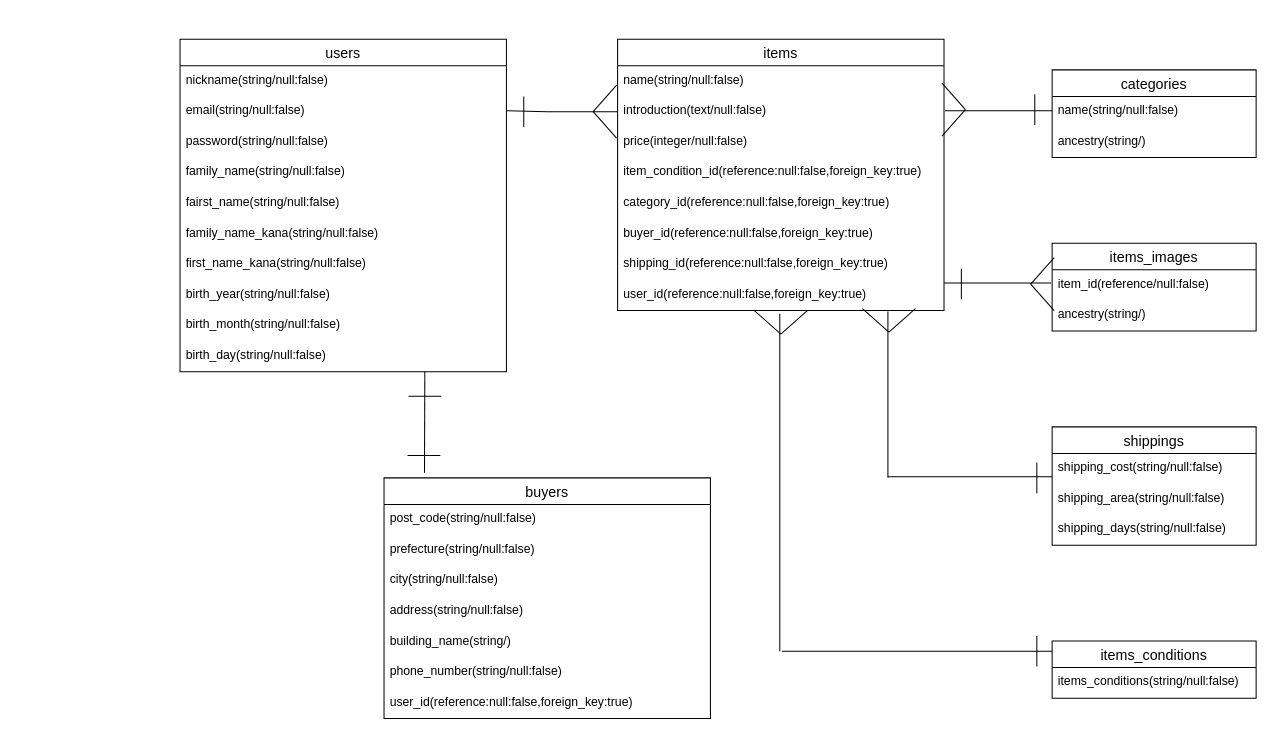
koutaki/furima-38950 keeps this draw.io diagram as test.dio. Above is the earlier version. Source tidied: cells renumbered, new cells numbered last; positions are measured from the earlier drawing's top-left corner, leaving out a move shared by most shapes. Both pictures are drawn from the tidied source at 102%, with x=0, y=0 at pixel (180, 39).
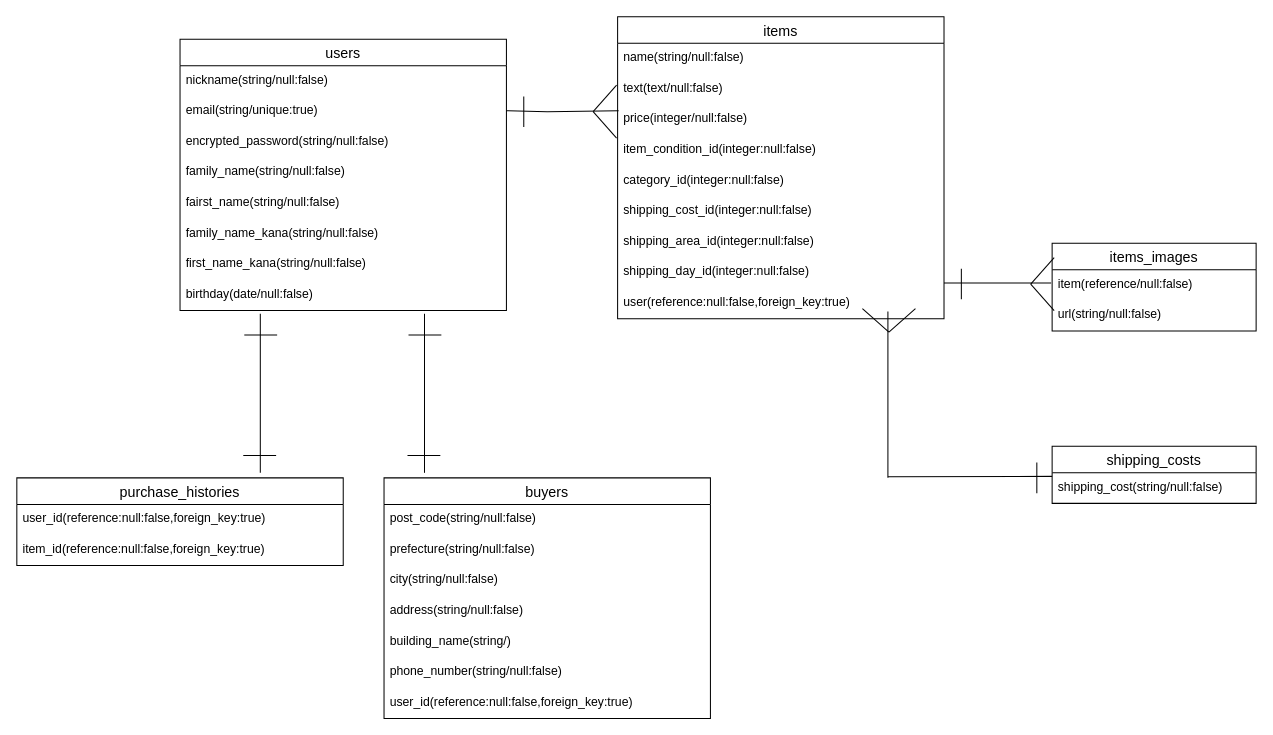
The same page after the edit.

Commit message (it also covers changes not shown here):
データベース設計（修正2回目）

Unchanged cells that the change refers to:
```xml
<mxCell id="22" value="buyers" style="swimlane;fontStyle=0;horizontal=1;startSize=26;align=center;fontSize=14;swimlaneFillColor=default;" parent="1" vertex="1">
  <mxGeometry x="200" y="430" width="320" height="236" as="geometry" />
</mxCell>
<mxCell id="46" value="items_images" style="swimlane;fontStyle=0;horizontal=1;startSize=26;align=center;fontSize=14;swimlaneFillColor=default;" parent="1" vertex="1">
  <mxGeometry x="855" y="200" width="200" height="86" as="geometry" />
</mxCell>
<mxCell id="50" value="shipping_cost(string/null:false)" style="text;strokeColor=none;fillColor=none;spacingLeft=4;spacingRight=4;overflow=hidden;points=[[0,0.5],[1,0.5]];portConstraint=eastwest;fontSize=12;" parent="49" vertex="1">
  <mxGeometry y="26" width="200" height="30" as="geometry" />
</mxCell>
```

Change to the diagram source:
```diff
@@
     <mxCell id="2" value="items" style="swimlane;fontStyle=0;horizontal=1;startSize=26;align=center;fontSize=14;swimlaneFillColor=default;" parent="1" vertex="1">
-      <mxGeometry x="429" width="320" height="266" as="geometry" />
+      <mxGeometry x="429" y="-22" width="320" height="296" as="geometry" />
     </mxCell>
@@
-    <mxCell id="4" value="introduction(text/null:false)" style="text;strokeColor=none;fillColor=none;spacingLeft=4;spacingRight=4;overflow=hidden;points=[[0,0.5],[1,0.5]];portConstraint=eastwest;fontSize=12;" parent="2" vertex="1">
+    <mxCell id="4" value="text(text/null:false)" style="text;strokeColor=none;fillColor=none;spacingLeft=4;spacingRight=4;overflow=hidden;points=[[0,0.5],[1,0.5]];portConstraint=eastwest;fontSize=12;" parent="2" vertex="1">
       <mxGeometry y="56" width="320" height="30" as="geometry" />
     </mxCell>
@@
-    <mxCell id="6" value="item_condition_id(reference:null:false,foreign_key:true)" style="text;strokeColor=none;fillColor=none;spacingLeft=4;spacingRight=4;overflow=hidden;fontSize=12;" parent="2" vertex="1">
+    <mxCell id="6" value="item_condition_id(integer:null:false)" style="text;strokeColor=none;fillColor=none;spacingLeft=4;spacingRight=4;overflow=hidden;fontSize=12;" parent="2" vertex="1">
       <mxGeometry y="116" width="320" height="30" as="geometry" />
     </mxCell>
-    <mxCell id="7" value="category_id(reference:null:false,foreign_key:true)" style="text;strokeColor=none;fillColor=none;spacingLeft=4;spacingRight=4;overflow=hidden;fontSize=12;" parent="2" vertex="1">
+    <mxCell id="7" value="category_id(integer:null:false)" style="text;strokeColor=none;fillColor=none;spacingLeft=4;spacingRight=4;overflow=hidden;fontSize=12;" parent="2" vertex="1">
       <mxGeometry y="146" width="320" height="30" as="geometry" />
     </mxCell>
-    <mxCell id="8" value="buyer_id(reference:null:false,foreign_key:true)" style="text;strokeColor=none;fillColor=none;spacingLeft=4;spacingRight=4;overflow=hidden;fontSize=12;" parent="2" vertex="1">
+    <mxCell id="8" value="shipping_cost_id(integer:null:false)" style="text;strokeColor=none;fillColor=none;spacingLeft=4;spacingRight=4;overflow=hidden;fontSize=12;" parent="2" vertex="1">
       <mxGeometry y="176" width="320" height="30" as="geometry" />
     </mxCell>
-    <mxCell id="9" value="shipping_id(reference:null:false,foreign_key:true)" style="text;strokeColor=none;fillColor=none;spacingLeft=4;spacingRight=4;overflow=hidden;fontSize=12;" parent="2" vertex="1">
+    <mxCell id="9" value="shipping_area_id(integer:null:false)" style="text;strokeColor=none;fillColor=none;spacingLeft=4;spacingRight=4;overflow=hidden;fontSize=12;" parent="2" vertex="1">
       <mxGeometry y="206" width="320" height="30" as="geometry" />
     </mxCell>
-    <mxCell id="10" value="user_id(reference:null:false,foreign_key:true)" style="text;strokeColor=none;fillColor=none;spacingLeft=4;spacingRight=4;overflow=hidden;fontSize=12;" parent="2" vertex="1">
+    <mxCell id="10" value="shipping_day_id(integer:null:false)" style="text;strokeColor=none;fillColor=none;spacingLeft=4;spacingRight=4;overflow=hidden;fontSize=12;" parent="2" vertex="1">
       <mxGeometry y="236" width="320" height="30" as="geometry" />
     </mxCell>
+    <mxCell id="67" value="user(reference:null:false,foreign_key:true)" style="text;strokeColor=none;fillColor=none;spacingLeft=4;spacingRight=4;overflow=hidden;fontSize=12;" parent="2" vertex="1">
+      <mxGeometry y="266" width="320" height="30" as="geometry" />
+    </mxCell>
     <mxCell id="11" value="users" style="swimlane;fontStyle=0;horizontal=1;startSize=26;align=center;fontSize=14;labelBackgroundColor=none;swimlaneFillColor=default;" parent="1" vertex="1">
-      <mxGeometry width="320" height="326" as="geometry" />
+      <mxGeometry width="320" height="266" as="geometry" />
     </mxCell>
@@
-    <mxCell id="13" value="email(string/null:false)" style="text;strokeColor=none;fillColor=none;spacingLeft=4;spacingRight=4;overflow=hidden;fontSize=12;" parent="11" vertex="1">
+    <mxCell id="13" value="email(string/unique:true)" style="text;strokeColor=none;fillColor=none;spacingLeft=4;spacingRight=4;overflow=hidden;fontSize=12;" parent="11" vertex="1">
       <mxGeometry y="56" width="320" height="30" as="geometry" />
     </mxCell>
-    <mxCell id="14" value="password(string/null:false)" style="text;strokeColor=none;fillColor=none;spacingLeft=4;spacingRight=4;overflow=hidden;fontSize=12;" parent="11" vertex="1">
+    <mxCell id="14" value="encrypted_password(string/null:false)" style="text;strokeColor=none;fillColor=none;spacingLeft=4;spacingRight=4;overflow=hidden;fontSize=12;" parent="11" vertex="1">
       <mxGeometry y="86" width="320" height="30" as="geometry" />
     </mxCell>
@@
-    <mxCell id="19" value="birth_year(string/null:false)" style="text;strokeColor=none;fillColor=none;spacingLeft=4;spacingRight=4;overflow=hidden;fontSize=12;" parent="11" vertex="1">
-      <mxGeometry y="236" width="320" height="30" as="geometry" />
-    </mxCell>
-    <mxCell id="20" value="birth_month(string/null:false)" style="text;strokeColor=none;fillColor=none;spacingLeft=4;spacingRight=4;overflow=hidden;fontSize=12;" parent="11" vertex="1">
-      <mxGeometry y="266" width="320" height="30" as="geometry" />
-    </mxCell>
-    <mxCell id="21" value="birth_day(string/null:false)" style="text;strokeColor=none;fillColor=none;spacingLeft=4;spacingRight=4;overflow=hidden;points=[[0,0.5],[1,0.5]];portConstraint=eastwest;fontSize=12;" parent="11" vertex="1">
-      <mxGeometry y="296" width="320" height="30" as="geometry" />
+    <mxCell id="21" value="birthday(date/null:false)" style="text;strokeColor=none;fillColor=none;spacingLeft=4;spacingRight=4;overflow=hidden;points=[[0,0.5],[1,0.5]];portConstraint=eastwest;fontSize=12;" parent="11" vertex="1">
+      <mxGeometry y="236" width="320" height="30" as="geometry" />
     </mxCell>
@@
-    <mxCell id="33" style="endArrow=none;html=1;rounded=0;exitX=0.025;exitY=0.767;exitDx=0;exitDy=0;exitPerimeter=0;strokeColor=#000000;" parent="1" edge="1" source="50">
+    <mxCell id="33" style="endArrow=none;html=1;rounded=0;exitX=0.009;exitY=0.118;exitDx=0;exitDy=0;exitPerimeter=0;strokeColor=#000000;" parent="1" edge="1" source="50">
       <mxGeometry relative="1" as="geometry">
         <mxPoint x="694" y="429" as="targetPoint" />
       </mxGeometry>
     </mxCell>
@@
-    <mxCell id="35" style="endArrow=none;html=1;rounded=0;strokeColor=#000000;" parent="1" edge="1">
-      <mxGeometry relative="1" as="geometry">
-        <mxPoint x="588" y="600" as="sourcePoint" />
-        <mxPoint x="588" y="269" as="targetPoint" />
-      </mxGeometry>
-    </mxCell>
-    <mxCell id="36" style="endArrow=none;html=1;rounded=0;strokeColor=#000000;" parent="1" edge="1">
-      <mxGeometry relative="1" as="geometry">
-        <mxPoint x="563" y="266" as="sourcePoint" />
-        <mxPoint x="589" y="289" as="targetPoint" />
-      </mxGeometry>
-    </mxCell>
-    <mxCell id="37" style="endArrow=none;html=1;rounded=0;strokeColor=#000000;" parent="1" edge="1">
-      <mxGeometry relative="1" as="geometry">
-        <mxPoint x="589" y="289" as="sourcePoint" />
-        <mxPoint x="615" y="266" as="targetPoint" />
-      </mxGeometry>
-    </mxCell>
-    <mxCell id="38" style="endArrow=none;html=1;rounded=0;strokeColor=#000000;" parent="1" edge="1">
-      <mxGeometry relative="1" as="geometry">
-        <mxPoint x="860" y="600" as="sourcePoint" />
-        <mxPoint x="590" y="600" as="targetPoint" />
-      </mxGeometry>
-    </mxCell>
-    <mxCell id="39" style="endArrow=none;html=1;rounded=0;strokeColor=#000000;" parent="1" edge="1">
-      <mxGeometry relative="1" as="geometry">
-        <mxPoint x="840" y="585" as="sourcePoint" />
-        <mxPoint x="840" y="615" as="targetPoint" />
-      </mxGeometry>
-    </mxCell>
-    <mxCell id="40" style="endArrow=none;html=1;rounded=0;exitX=0.124;exitY=-0.021;exitDx=0;exitDy=0;exitPerimeter=0;strokeColor=#000000;" parent="1" edge="1" source="22">
-      <mxGeometry relative="1" as="geometry">
-        <mxPoint x="240" y="326" as="targetPoint" />
-      </mxGeometry>
+    <mxCell id="40" style="endArrow=none;html=1;rounded=0;exitX=0.124;exitY=-0.021;exitDx=0;exitDy=0;exitPerimeter=0;strokeColor=#000000;entryX=0.749;entryY=1.104;entryDx=0;entryDy=0;entryPerimeter=0;" parent="1" edge="1" source="22" target="21">
+      <mxGeometry relative="1" as="geometry" />
     </mxCell>
     <mxCell id="41" style="endArrow=none;html=1;rounded=0;strokeColor=#000000;" parent="1" edge="1">
       <mxGeometry relative="1" as="geometry">
-        <mxPoint x="256.2" y="350" as="sourcePoint" />
-        <mxPoint x="224" y="350" as="targetPoint" />
+        <mxPoint x="256.2" y="290" as="sourcePoint" />
+        <mxPoint x="224" y="290" as="targetPoint" />
       </mxGeometry>
     </mxCell>
@@
-    <mxCell id="43" value="categories" style="swimlane;fontStyle=0;horizontal=1;startSize=26;align=center;fontSize=14;swimlaneFillColor=default;" parent="1" vertex="1">
-      <mxGeometry x="855" y="30" width="200" height="86" as="geometry" />
-    </mxCell>
-    <mxCell id="44" value="name(string/null:false)" style="text;strokeColor=none;fillColor=none;spacingLeft=4;spacingRight=4;overflow=hidden;fontSize=12;" parent="43" vertex="1">
-      <mxGeometry y="26" width="200" height="30" as="geometry" />
-    </mxCell>
-    <mxCell id="45" value="ancestry(string/)" style="text;strokeColor=none;fillColor=none;spacingLeft=4;spacingRight=4;overflow=hidden;fontSize=12;" parent="43" vertex="1">
-      <mxGeometry y="56" width="200" height="30" as="geometry" />
-    </mxCell>
@@
-    <mxCell id="47" value="item_id(reference/null:false)" style="text;strokeColor=none;fillColor=none;spacingLeft=4;spacingRight=4;overflow=hidden;fontSize=12;" parent="46" vertex="1">
+    <mxCell id="47" value="item(reference/null:false)" style="text;strokeColor=none;fillColor=none;spacingLeft=4;spacingRight=4;overflow=hidden;fontSize=12;" parent="46" vertex="1">
       <mxGeometry y="26" width="200" height="30" as="geometry" />
     </mxCell>
-    <mxCell id="48" value="ancestry(string/)" style="text;strokeColor=none;fillColor=none;spacingLeft=4;spacingRight=4;overflow=hidden;fontSize=12;" parent="46" vertex="1">
+    <mxCell id="48" value="url(string/null:false)" style="text;strokeColor=none;fillColor=none;spacingLeft=4;spacingRight=4;overflow=hidden;fontSize=12;" parent="46" vertex="1">
       <mxGeometry y="56" width="200" height="30" as="geometry" />
     </mxCell>
-    <mxCell id="49" value="shippings" style="swimlane;fontStyle=0;horizontal=1;startSize=26;align=center;fontSize=14;swimlaneFillColor=default;" parent="1" vertex="1">
-      <mxGeometry x="855" y="380" width="200" height="116" as="geometry" />
+    <mxCell id="49" value="shipping_costs" style="swimlane;fontStyle=0;horizontal=1;startSize=26;align=center;fontSize=14;swimlaneFillColor=default;" parent="1" vertex="1">
+      <mxGeometry x="855" y="399" width="200" height="56" as="geometry" />
     </mxCell>
@@
-    <mxCell id="51" value="shipping_area(string/null:false)" style="text;strokeColor=none;fillColor=none;spacingLeft=4;spacingRight=4;overflow=hidden;fontSize=12;" parent="49" vertex="1">
-      <mxGeometry y="56" width="200" height="30" as="geometry" />
-    </mxCell>
-    <mxCell id="52" value="shipping_days(string/null:false)" style="text;strokeColor=none;fillColor=none;spacingLeft=4;spacingRight=4;overflow=hidden;fontSize=12;" parent="49" vertex="1">
-      <mxGeometry y="86" width="200" height="30" as="geometry" />
-    </mxCell>
-    <mxCell id="53" value="items_conditions" style="swimlane;fontStyle=0;horizontal=1;startSize=26;align=center;fontSize=14;swimlaneFillColor=default;" parent="1" vertex="1">
-      <mxGeometry x="855" y="590" width="200" height="56" as="geometry" />
-    </mxCell>
-    <mxCell id="54" value="items_conditions(string/null:false)" style="text;strokeColor=none;fillColor=none;spacingLeft=4;spacingRight=4;overflow=hidden;fontSize=12;" parent="53" vertex="1">
-      <mxGeometry y="26" width="200" height="30" as="geometry" />
-    </mxCell>
-    <mxCell id="55" style="endArrow=none;html=1;rounded=0;entryX=0;entryY=0.5;entryDx=0;entryDy=0;strokeColor=#000000;" parent="1" edge="1" target="4">
+    <mxCell id="55" style="endArrow=none;html=1;rounded=0;strokeColor=#000000;" parent="1" edge="1">
       <mxGeometry relative="1" as="geometry">
         <mxPoint x="320" y="70" as="sourcePoint" />
+        <mxPoint x="430" y="70" as="targetPoint" />
         <Array as="points">
           <mxPoint x="360" y="71" />
         </Array>
       </mxGeometry>
     </mxCell>
@@
-    <mxCell id="59" style="endArrow=none;html=1;rounded=0;strokeColor=#000000;" parent="1" edge="1">
-      <mxGeometry relative="1" as="geometry">
-        <mxPoint x="855" y="70" as="sourcePoint" />
-        <mxPoint x="750" y="70" as="targetPoint" />
-      </mxGeometry>
-    </mxCell>
-    <mxCell id="60" style="endArrow=none;html=1;rounded=0;strokeColor=#000000;" parent="1" edge="1">
-      <mxGeometry relative="1" as="geometry">
-        <mxPoint x="838" y="54" as="sourcePoint" />
-        <mxPoint x="838" y="84" as="targetPoint" />
-      </mxGeometry>
-    </mxCell>
-    <mxCell id="61" style="endArrow=none;html=1;rounded=0;strokeColor=#000000;" parent="1" edge="1">
-      <mxGeometry relative="1" as="geometry">
-        <mxPoint x="747" y="95" as="sourcePoint" />
-        <mxPoint x="770" y="69" as="targetPoint" />
-      </mxGeometry>
-    </mxCell>
-    <mxCell id="62" style="endArrow=none;html=1;rounded=0;strokeColor=#000000;" parent="1" edge="1">
-      <mxGeometry relative="1" as="geometry">
-        <mxPoint x="770" y="69" as="sourcePoint" />
-        <mxPoint x="747" y="43" as="targetPoint" />
-      </mxGeometry>
-    </mxCell>
@@
+    <mxCell id="68" value="purchase_histories" style="swimlane;fontStyle=0;horizontal=1;startSize=26;align=center;fontSize=14;swimlaneFillColor=default;" parent="1" vertex="1">
+      <mxGeometry x="-160" y="430" width="320" height="86" as="geometry" />
+    </mxCell>
+    <mxCell id="69" value="user_id(reference:null:false,foreign_key:true)" style="text;strokeColor=none;fillColor=none;spacingLeft=4;spacingRight=4;overflow=hidden;fontSize=12;" parent="68" vertex="1">
+      <mxGeometry y="26" width="320" height="30" as="geometry" />
+    </mxCell>
+    <mxCell id="70" value="item_id(reference:null:false,foreign_key:true)" style="text;strokeColor=none;fillColor=none;spacingLeft=4;spacingRight=4;overflow=hidden;fontSize=12;" parent="68" vertex="1">
+      <mxGeometry y="56" width="320" height="30" as="geometry" />
+    </mxCell>
+    <mxCell id="71" style="endArrow=none;html=1;rounded=0;exitX=0.124;exitY=-0.021;exitDx=0;exitDy=0;exitPerimeter=0;strokeColor=#000000;entryX=0.749;entryY=1.104;entryDx=0;entryDy=0;entryPerimeter=0;" parent="1" edge="1">
+      <mxGeometry relative="1" as="geometry">
+        <mxPoint x="78.7" y="425" as="sourcePoint" />
+        <mxPoint x="78.7" y="269.1" as="targetPoint" />
+      </mxGeometry>
+    </mxCell>
+    <mxCell id="72" style="endArrow=none;html=1;rounded=0;strokeColor=#000000;" parent="1" edge="1">
+      <mxGeometry relative="1" as="geometry">
+        <mxPoint x="95.2" y="290" as="sourcePoint" />
+        <mxPoint x="63" y="290" as="targetPoint" />
+      </mxGeometry>
+    </mxCell>
+    <mxCell id="73" style="endArrow=none;html=1;rounded=0;strokeColor=#000000;" parent="1" edge="1">
+      <mxGeometry relative="1" as="geometry">
+        <mxPoint x="94.2" y="408" as="sourcePoint" />
+        <mxPoint x="62" y="408" as="targetPoint" />
+      </mxGeometry>
+    </mxCell>
```
